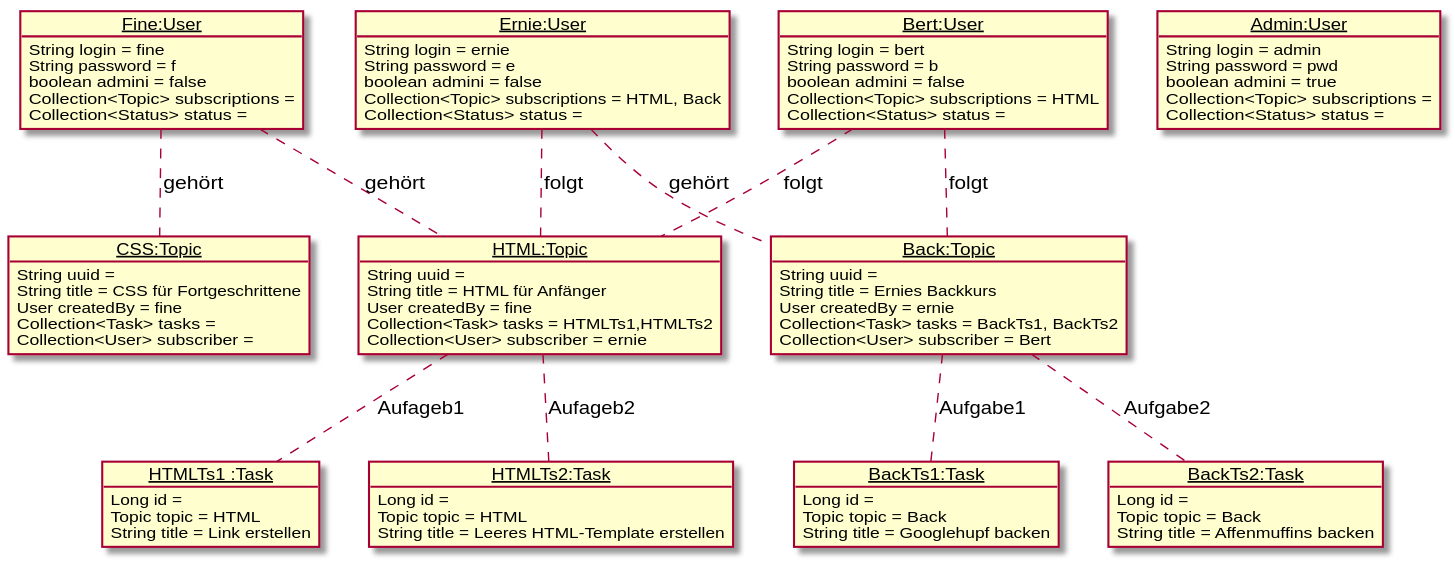
SimonBurmer/HM-Agenda20 keeps this PlantUML diagram as doku/Objektdiagramm Demo-Daten.svg. Above is the earlier version.
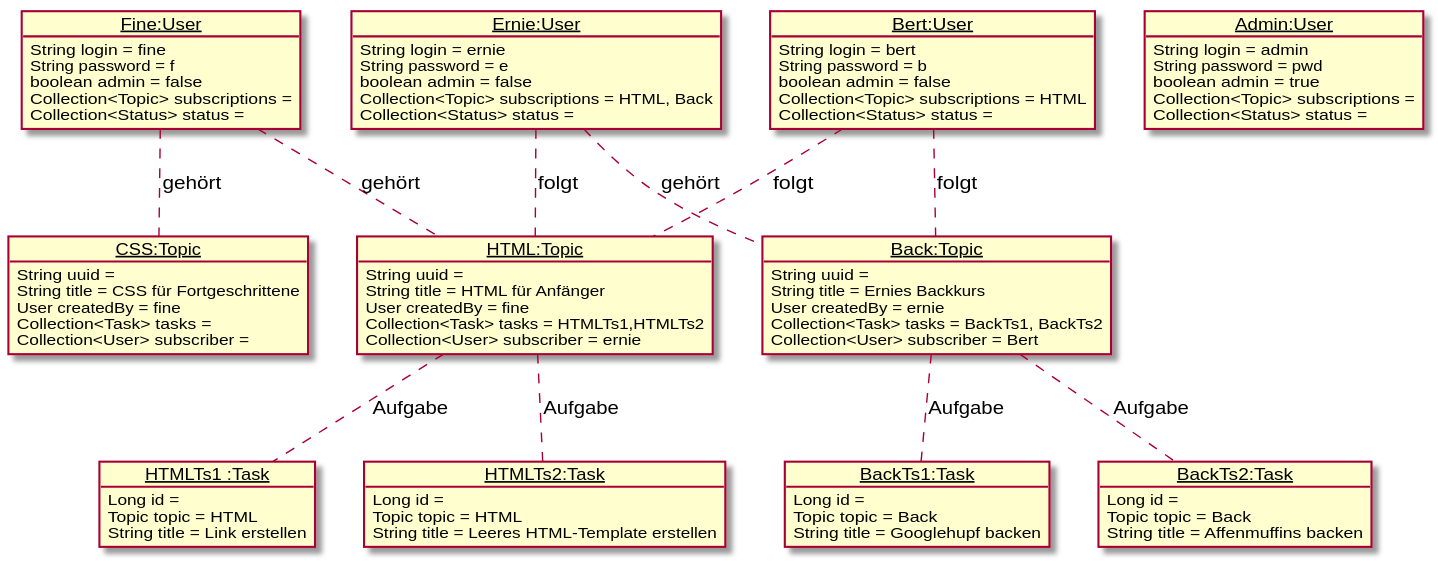
After the change.

Commit message:
[#5] Verbesserung der Dokumentation Demo-Daten

The edit, as a diff of the source:
```diff
@@ -2,28 +2,28 @@
 object "<u>Fine:User</u>" as fine
 fine : String login = fine
 fine : String password = f
-fine : boolean admini = false
+fine : boolean admin = false
 fine : Collection<Topic> subscriptions =
 fine : Collection<Status> status =
 
 object "<u>Bert:User</u>" as bert
 bert : String login = bert
 bert : String password = b
-bert : boolean admini = false
+bert : boolean admin = false
 bert : Collection<Topic> subscriptions = HTML
 bert : Collection<Status> status =
 
 object "<u>Ernie:User</u>" as ernie
 ernie : String login = ernie
 ernie : String password = e
-ernie : boolean admini = false
+ernie : boolean admin = false
 ernie : Collection<Topic> subscriptions = HTML, Back
 ernie : Collection<Status> status =
 
 object "<u>Admin:User</u>" as admin
 admin : String login = admin
 admin : String password = pwd
-admin : boolean admini = true
+admin : boolean admin = true
 admin : Collection<Topic> subscriptions =
 admin : Collection<Status> status =
 
@@ -81,8 +81,8 @@
 fine .. HTML : gehört
 ernie .. HTML : folgt
 bert .. HTML : folgt
-HTML .. HTMLTs1: Aufageb1
-HTML .. HTMLTs2: Aufageb2
+HTML .. HTMLTs1: Aufgabe
+HTML .. HTMLTs2: Aufgabe
 
 
 fine .. CSS : gehört
@@ -90,6 +90,6 @@
 
 ernie .. Back: gehört
 bert .. Back : folgt
-Back .. BackTs1: Aufgabe1
-Back .. BackTs2: Aufgabe2
+Back .. BackTs1: Aufgabe
+Back .. BackTs2: Aufgabe
 @enduml
```
